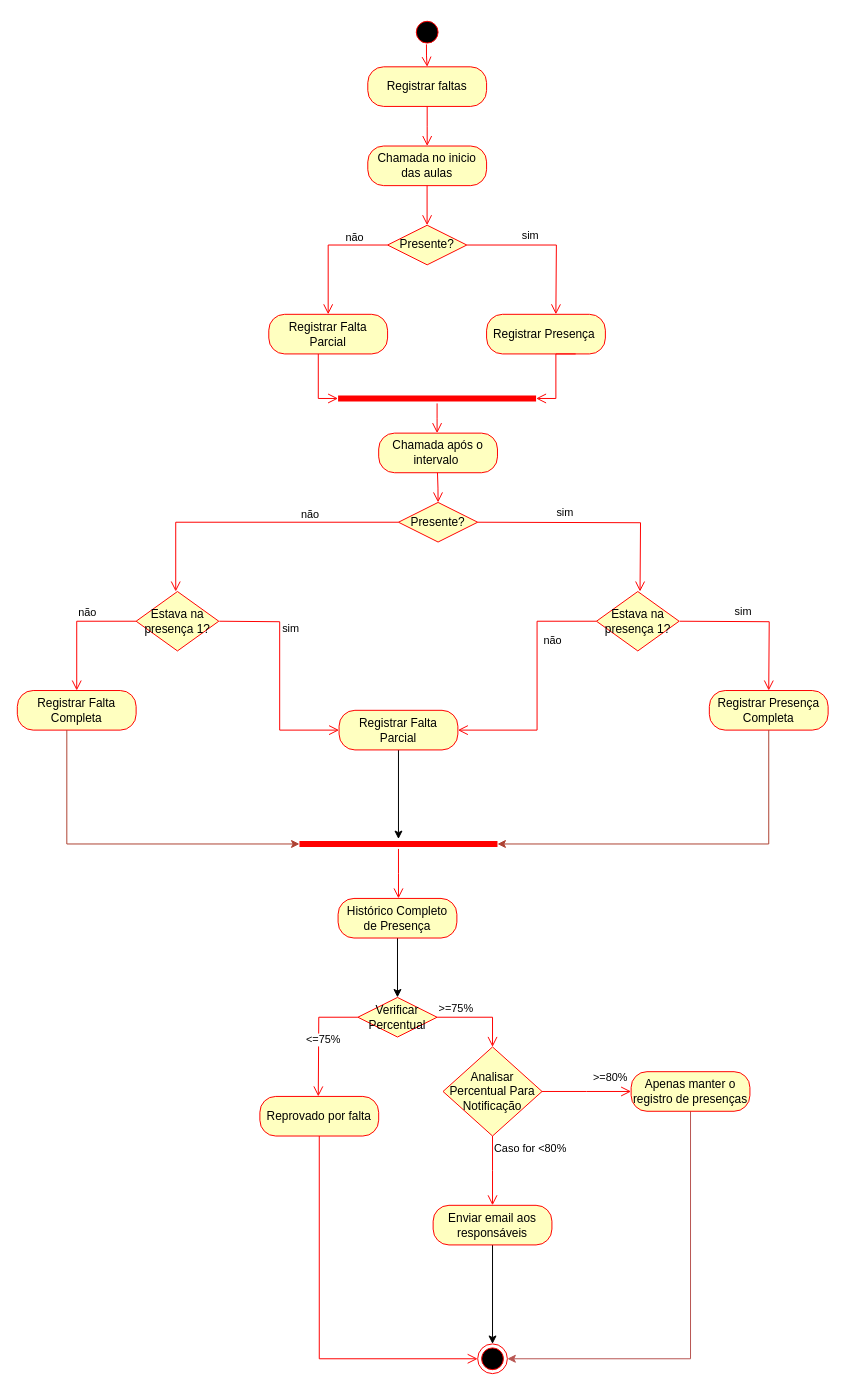
This is Diagramas/Diagrama de Atividade.drawio from cc4semestre/projeto, a draw.io file, before an edit. Source tidied: cells renumbered, new cells numbered last; positions are measured from the earlier drawing's top-left corner, leaving out a move shared by most shapes. Both pictures are drawn from the tidied source at 99%, with x=0, y=0 at pixel (17, 17).
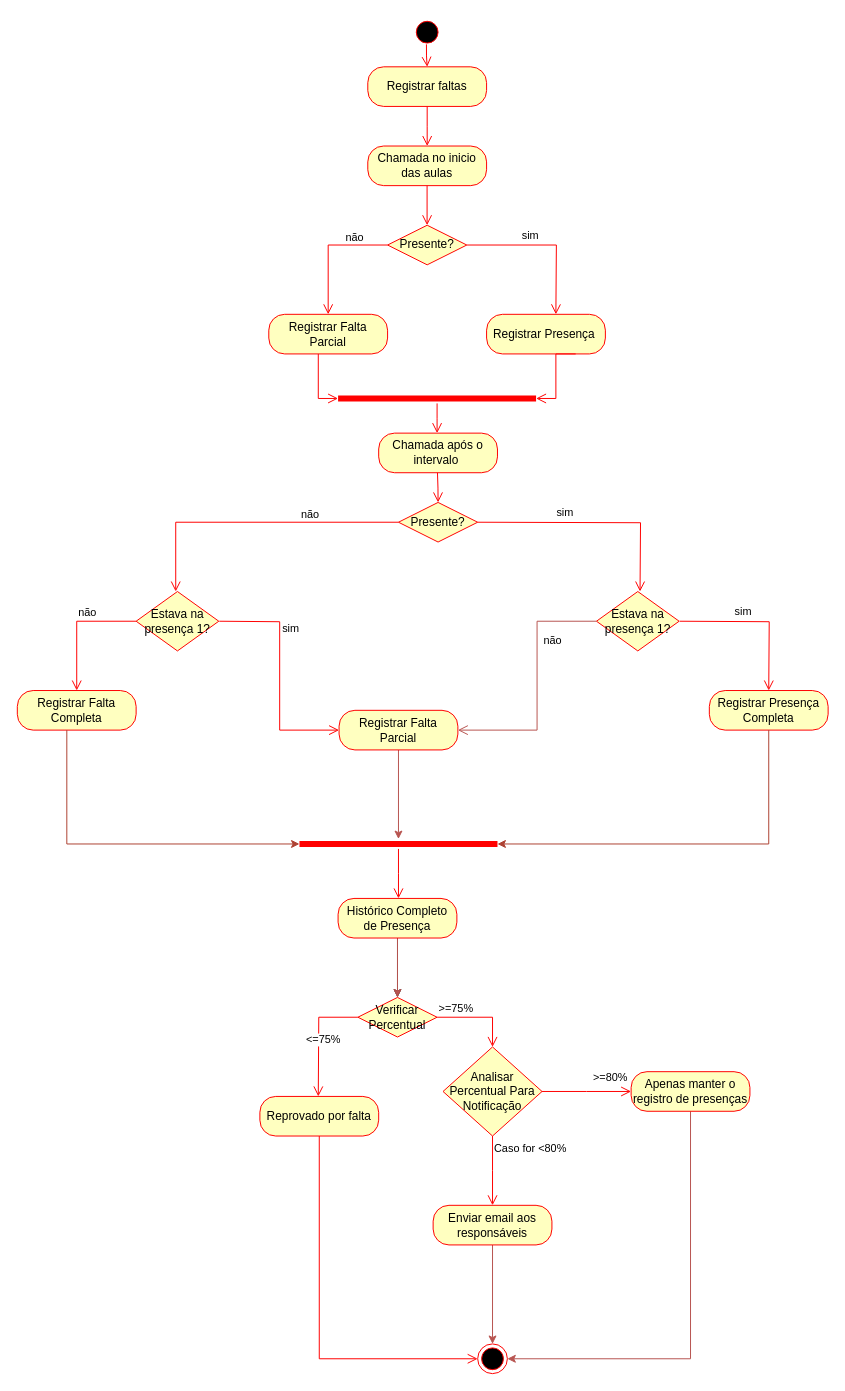
After the change.

The change refers to these unchanged cells:
```xml
<mxCell id="27" value="Registrar Falta Parcial" style="rounded=1;whiteSpace=wrap;html=1;arcSize=40;fontColor=#000000;fillColor=#ffffc0;strokeColor=#ff0000;" parent="1" vertex="1">
  <mxGeometry x="325" y="700" width="120" height="40" as="geometry" />
</mxCell>
<mxCell id="32" style="shape=line;html=1;strokeWidth=6;strokeColor=#ff0000;" parent="1" vertex="1">
  <mxGeometry x="285" y="830" width="200" height="10" as="geometry" />
</mxCell>
<mxCell id="37" value="Histórico Completo de Presença" style="rounded=1;whiteSpace=wrap;html=1;arcSize=40;fontColor=#000000;fillColor=#ffffc0;strokeColor=#ff0000;" parent="1" vertex="1">
  <mxGeometry x="324" y="890" width="120" height="40" as="geometry" />
</mxCell>
<mxCell id="38" value="Verificar Percentual" style="rhombus;whiteSpace=wrap;html=1;fontColor=#000000;fillColor=#ffffc0;strokeColor=#ff0000;" parent="1" vertex="1">
  <mxGeometry x="344" y="990" width="80" height="40" as="geometry" />
</mxCell>
<mxCell id="47" value="Enviar email aos responsáveis" style="rounded=1;whiteSpace=wrap;html=1;arcSize=40;fontColor=#000000;fillColor=#ffffc0;strokeColor=#ff0000;" parent="1" vertex="1">
  <mxGeometry x="420" y="1200" width="120" height="40" as="geometry" />
</mxCell>
<mxCell id="50" style="ellipse;html=1;shape=endState;fillColor=#000000;strokeColor=#ff0000;" parent="1" vertex="1">
  <mxGeometry x="465" y="1340" width="30" height="30" as="geometry" />
</mxCell>
```

What changed in the source:
```diff
@@
-    <mxCell id="26" style="edgeStyle=orthogonalEdgeStyle;rounded=0;jettySize=auto;html=1;" parent="1" edge="1" source="27" target="32">
+    <mxCell id="26" style="edgeStyle=orthogonalEdgeStyle;rounded=0;jettySize=auto;html=1;fillColor=#f8cecc;strokeColor=#b85450;" parent="1" edge="1" source="27" target="32">
       <mxGeometry relative="1" as="geometry" />
     </mxCell>
@@
-    <mxCell id="29" value="não" style="edgeStyle=orthogonalEdgeStyle;html=1;align=left;verticalAlign=bottom;endArrow=open;endSize=8;strokeColor=#ff0000;rounded=0;exitX=0;exitY=0.5;exitDx=0;exitDy=0;entryX=1;entryY=0.5;entryDx=0;entryDy=0;" parent="1" edge="1" target="27">
+    <mxCell id="29" value="não" style="edgeStyle=orthogonalEdgeStyle;html=1;align=left;verticalAlign=bottom;endArrow=open;endSize=8;strokeColor=#b85450;rounded=0;exitX=0;exitY=0.5;exitDx=0;exitDy=0;entryX=1;entryY=0.5;entryDx=0;entryDy=0;fillColor=#f8cecc;" parent="1" edge="1" target="27">
       <mxGeometry x="-0.28" y="5" relative="1" as="geometry">
         <mxPoint x="585" y="610" as="sourcePoint" />
         <Array as="points">
           <mxPoint x="525" y="610" />
           <mxPoint x="525" y="720" />
         </Array>
         <mxPoint y="-1" as="offset" />
       </mxGeometry>
     </mxCell>
@@
+    <mxCell id="51" style="edgeStyle=orthogonalEdgeStyle;rounded=0;jettySize=auto;html=1;fillColor=#f8cecc;strokeColor=#b85450;" parent="1" edge="1" source="37" target="38">
+      <mxGeometry relative="1" as="geometry" />
+    </mxCell>
@@
-    <mxCell id="46" style="edgeStyle=orthogonalEdgeStyle;rounded=0;jettySize=auto;html=1;entryX=0.5;entryY=0;entryDx=0;entryDy=0;" parent="1" edge="1" source="47" target="50">
+    <mxCell id="46" style="edgeStyle=orthogonalEdgeStyle;rounded=0;jettySize=auto;html=1;entryX=0.5;entryY=0;entryDx=0;entryDy=0;fillColor=#f8cecc;strokeColor=#b85450;" parent="1" edge="1" source="47" target="50">
       <mxGeometry relative="1" as="geometry" />
     </mxCell>
```
